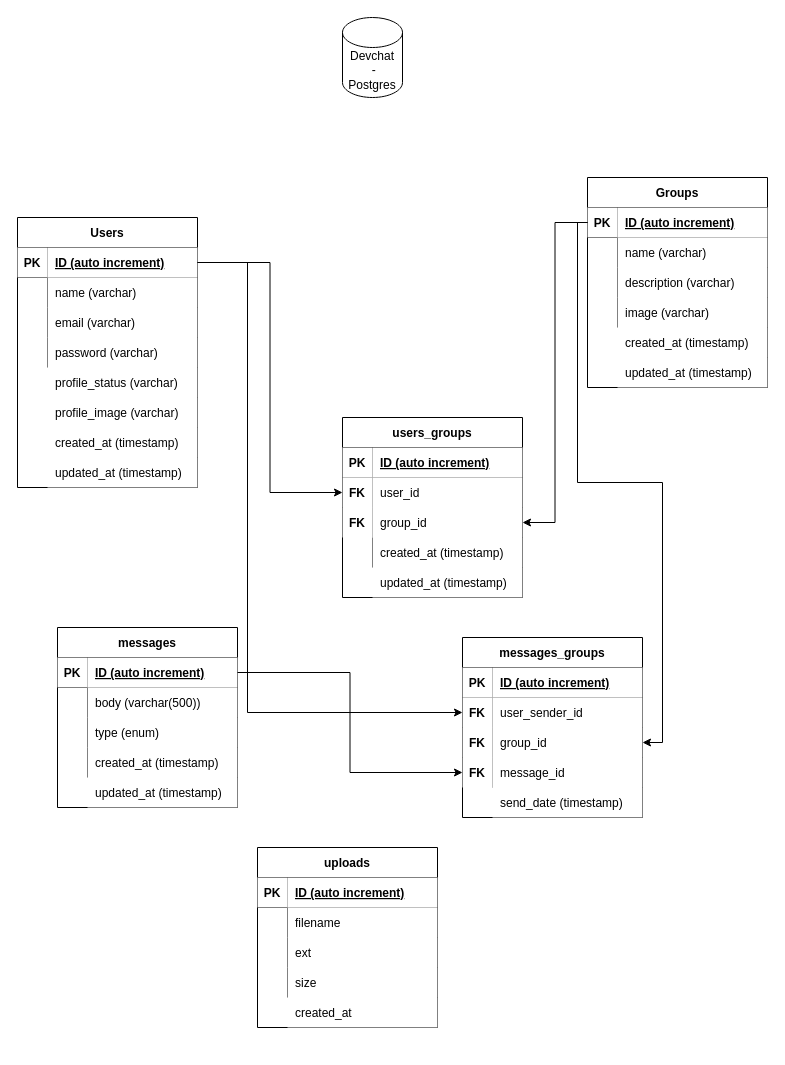
Earlier version of the draw.io diagram backend/docs/MER.drawio (caioliveira277/dev-chat-project). Source tidied: cells renumbered, new cells numbered last; positions are measured from the earlier drawing's top-left corner, leaving out a move shared by most shapes. Both pictures are drawn from the tidied source at 100%, with x=0, y=0 at pixel (17, 17).
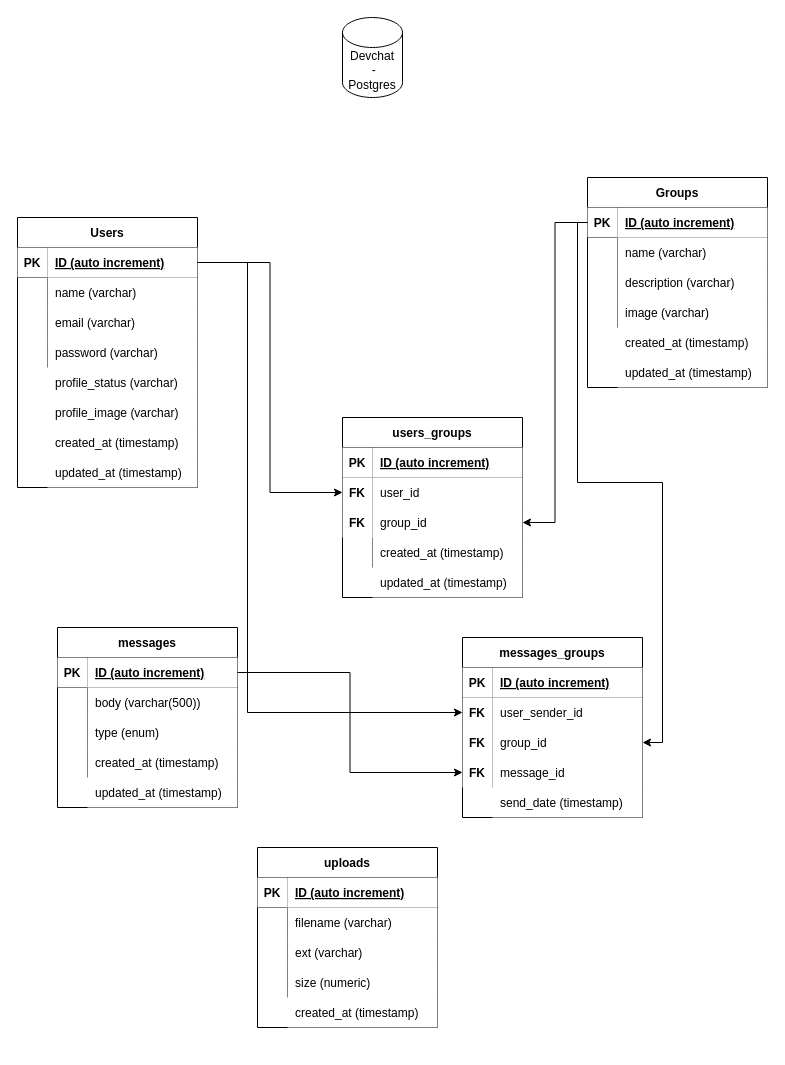
Above is the later version.

The change refers to these unchanged cells:
```xml
<mxCell id="60" style="group;" parent="1" vertex="1">
  <mxGeometry x="240" y="830" width="180" height="200" as="geometry" />
</mxCell>
<mxCell id="65" style="shape=partialRectangle;top=0;left=0;bottom=0;right=0;fillColor=none;" parent="61" vertex="1">
  <mxGeometry y="60" width="180" height="30" as="geometry" />
</mxCell>
```

What changed in the source:
```diff
@@
-    <mxCell id="67" value="filename" style="shape=partialRectangle;top=0;left=0;bottom=0;right=0;align=left;spacingLeft=6;overflow=hidden;" parent="65" vertex="1">
+    <mxCell id="67" value="filename (varchar)" style="shape=partialRectangle;top=0;left=0;bottom=0;right=0;align=left;spacingLeft=6;overflow=hidden;" parent="65" vertex="1">
       <mxGeometry x="30" width="150" height="30" as="geometry" />
     </mxCell>
@@
-    <mxCell id="74" value="ext" style="shape=partialRectangle;top=0;left=0;bottom=0;right=0;align=left;spacingLeft=6;overflow=hidden;" parent="60" vertex="1">
+    <mxCell id="74" value="ext (varchar)" style="shape=partialRectangle;top=0;left=0;bottom=0;right=0;align=left;spacingLeft=6;overflow=hidden;" parent="60" vertex="1">
       <mxGeometry x="30" y="90" width="150" height="30" as="geometry" />
     </mxCell>
-    <mxCell id="75" value="size" style="shape=partialRectangle;top=0;left=0;bottom=0;right=0;align=left;spacingLeft=6;overflow=hidden;" parent="60" vertex="1">
+    <mxCell id="75" value="size (numeric)" style="shape=partialRectangle;top=0;left=0;bottom=0;right=0;align=left;spacingLeft=6;overflow=hidden;" parent="60" vertex="1">
       <mxGeometry x="30" y="120" width="150" height="30" as="geometry" />
     </mxCell>
-    <mxCell id="76" value="created_at" style="shape=partialRectangle;top=0;left=0;bottom=0;right=0;align=left;spacingLeft=6;overflow=hidden;" parent="60" vertex="1">
+    <mxCell id="76" value="created_at (timestamp)" style="shape=partialRectangle;top=0;left=0;bottom=0;right=0;align=left;spacingLeft=6;overflow=hidden;" parent="60" vertex="1">
       <mxGeometry x="30" y="150" width="150" height="30" as="geometry" />
     </mxCell>
```
